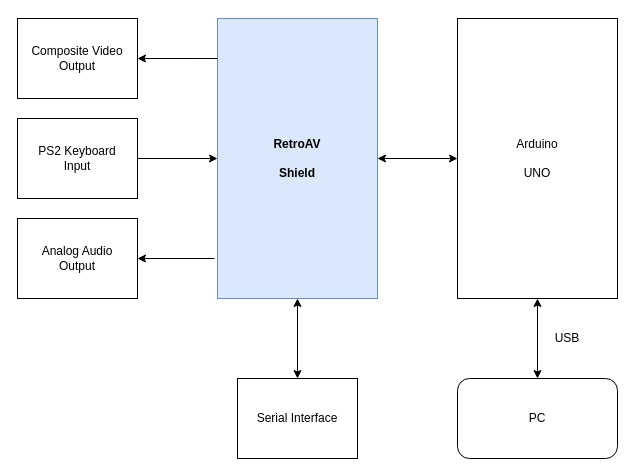
Before: docs/RetroAV-System-Block-Diagram.drawio in dervish77/RetroAV, a draw.io diagram. Source tidied: cells renumbered, new cells numbered last; positions are measured from the earlier drawing's top-left corner, leaving out a move shared by most shapes. Both pictures are drawn from the tidied source at 100%, with x=0, y=0 at pixel (17, 18).
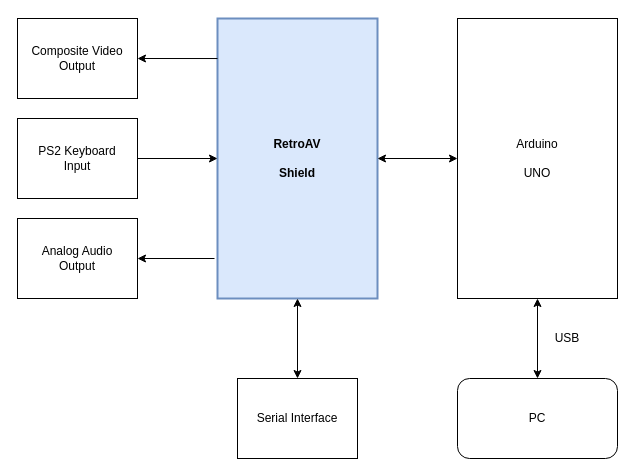
Above is the later version.

Commit message (it also covers changes not shown here):
minor reformatting of diagrams

What changed in the source:
```diff
@@
 <mxGraphModel>
   <root>
     <mxCell id="0" />
     <mxCell id="1" parent="0" />
     <mxCell id="2" value="Arduino &lt;br&gt;&lt;br&gt;UNO" style="rounded=0;whiteSpace=wrap;html=1;" parent="1" vertex="1">
       <mxGeometry x="440" width="160" height="280" as="geometry" />
     </mxCell>
-    <mxCell id="3" value="&lt;b&gt;RetroAV &lt;br&gt;&lt;br&gt;Shield&lt;/b&gt;" style="rounded=0;whiteSpace=wrap;html=1;fillColor=#dae8fc;strokeColor=#6c8ebf;" parent="1" vertex="1">
+    <mxCell id="3" value="&lt;b&gt;RetroAV &lt;br&gt;&lt;br&gt;Shield&lt;/b&gt;" style="rounded=0;whiteSpace=wrap;html=1;fillColor=#dae8fc;strokeColor=#6c8ebf;strokeWidth=2;" parent="1" vertex="1">
       <mxGeometry x="200" width="160" height="280" as="geometry" />
     </mxCell>
     <mxCell id="4" value="Composite Video&lt;br&gt;Output" style="rounded=0;whiteSpace=wrap;html=1;" parent="1" vertex="1">
       <mxGeometry width="120" height="80" as="geometry" />
     </mxCell>
     <mxCell id="5" style="edgeStyle=orthogonalEdgeStyle;rounded=0;jettySize=auto;html=1;exitX=0.5;exitY=1;exitDx=0;exitDy=0;" parent="1" edge="1" source="6">
       <mxGeometry relative="1" as="geometry">
         <mxPoint x="60" y="170" as="targetPoint" />
       </mxGeometry>
     </mxCell>
     <mxCell id="6" value="PS2 Keyboard&lt;br&gt;Input" style="rounded=0;whiteSpace=wrap;html=1;" parent="1" vertex="1">
       <mxGeometry y="100" width="120" height="80" as="geometry" />
     </mxCell>
     <mxCell id="7" value="Analog Audio &lt;br&gt;Output" style="rounded=0;whiteSpace=wrap;html=1;" parent="1" vertex="1">
       <mxGeometry y="200" width="120" height="80" as="geometry" />
     </mxCell>
     <mxCell id="8" style="endArrow=classic;html=1;entryX=1;entryY=0.5;entryDx=0;entryDy=0;exitX=0;exitY=0.143;exitDx=0;exitDy=0;exitPerimeter=0;" parent="1" edge="1" source="3" target="4">
       <mxGeometry relative="1" as="geometry" />
     </mxCell>
     <mxCell id="9" style="endArrow=classic;html=1;entryX=1;entryY=0.5;entryDx=0;entryDy=0;" parent="1" edge="1" target="7">
       <mxGeometry relative="1" as="geometry">
         <mxPoint x="197" y="240" as="sourcePoint" />
       </mxGeometry>
     </mxCell>
     <mxCell id="10" style="endArrow=classic;html=1;exitX=1;exitY=0.5;exitDx=0;exitDy=0;entryX=0;entryY=0.5;entryDx=0;entryDy=0;" parent="1" edge="1" source="6" target="3">
       <mxGeometry relative="1" as="geometry" />
     </mxCell>
     <mxCell id="11" value="PC" style="rounded=1;whiteSpace=wrap;html=1;" parent="1" vertex="1">
       <mxGeometry x="440" y="360" width="160" height="80" as="geometry" />
     </mxCell>
     <mxCell id="12" style="endArrow=classic;startArrow=classic;html=1;exitX=0.5;exitY=0;exitDx=0;exitDy=0;entryX=0.5;entryY=1;entryDx=0;entryDy=0;" parent="1" edge="1" source="11" target="2">
       <mxGeometry relative="1" as="geometry" />
     </mxCell>
     <mxCell id="13" style="endArrow=classic;startArrow=classic;html=1;entryX=0;entryY=0.5;entryDx=0;entryDy=0;exitX=1;exitY=0.5;exitDx=0;exitDy=0;" parent="1" edge="1" source="3" target="2">
       <mxGeometry relative="1" as="geometry" />
     </mxCell>
     <mxCell id="14" value="USB" style="text;html=1;strokeColor=none;fillColor=none;align=center;verticalAlign=middle;whiteSpace=wrap;rounded=0;" parent="1" vertex="1">
       <mxGeometry x="530" y="310" width="40" height="20" as="geometry" />
     </mxCell>
     <mxCell id="15" value="Serial Interface" style="rounded=0;whiteSpace=wrap;html=1;" parent="1" vertex="1">
       <mxGeometry x="220" y="360" width="120" height="80" as="geometry" />
     </mxCell>
     <mxCell id="16" style="endArrow=classic;startArrow=classic;html=1;entryX=0.5;entryY=1;entryDx=0;entryDy=0;exitX=0.5;exitY=0;exitDx=0;exitDy=0;" parent="1" edge="1" source="15" target="3">
       <mxGeometry relative="1" as="geometry" />
     </mxCell>
   </root>
 </mxGraphModel>
```
